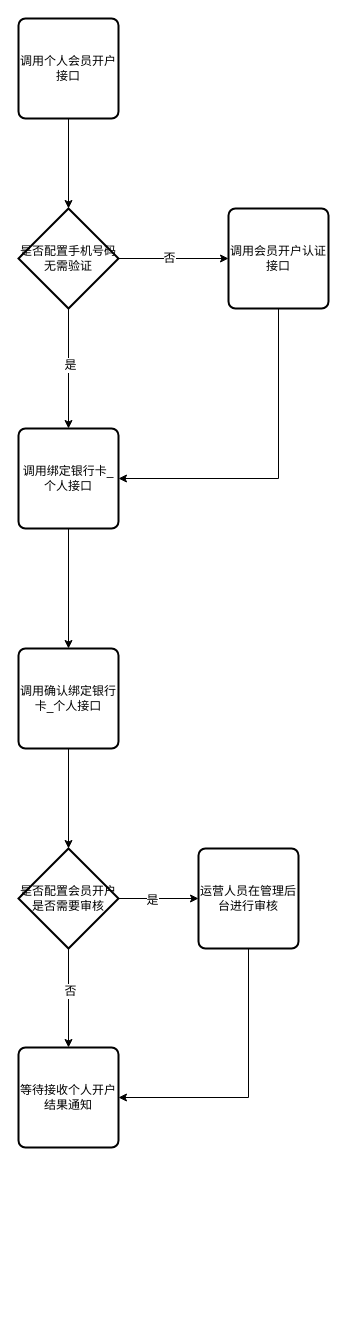
This is page "个人会员" (1 of 2) of 商户资料-开户流程.drawio from waterStone528/job-lakala, a draw.io file, before an edit. Source tidied: cells renumbered, new cells numbered last; positions are measured from the earlier drawing's top-left corner, leaving out a move shared by most shapes. Both pictures are drawn from the tidied source at 100%, with x=0, y=0 at pixel (18, 18).
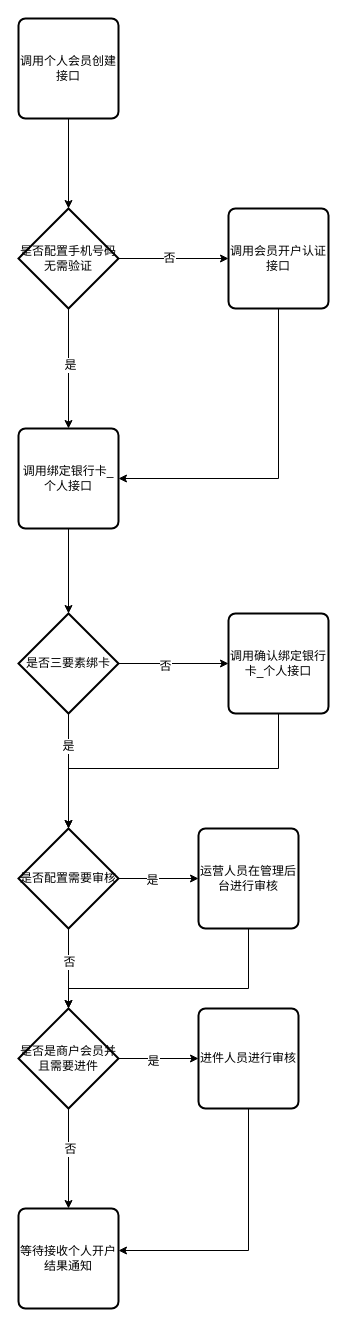
The same page after the edit.

Unchanged cells that the change refers to:
```xml
<mxCell id="12" value="调用绑定银行卡_个人接口" style="rounded=1;whiteSpace=wrap;html=1;absoluteArcSize=1;arcSize=14;strokeWidth=2;" parent="1" vertex="1">
  <mxGeometry y="410" width="100" height="100" as="geometry" />
</mxCell>
```

The edit, as a diff of the source:
```diff
@@
-    <mxCell id="3" value="调用个人会员开户接口" style="rounded=1;whiteSpace=wrap;html=1;absoluteArcSize=1;arcSize=14;strokeWidth=2;" parent="1" vertex="1">
+    <mxCell id="3" value="调用个人会员创建接口" style="rounded=1;whiteSpace=wrap;html=1;absoluteArcSize=1;arcSize=14;strokeWidth=2;" parent="1" vertex="1">
       <mxGeometry width="100" height="100" as="geometry" />
     </mxCell>
@@
-    <mxCell id="11" style="edgeStyle=orthogonalEdgeStyle;rounded=0;jettySize=auto;html=1;entryX=0.5;entryY=0;entryDx=0;entryDy=0;" parent="1" edge="1" source="12" target="14">
-      <mxGeometry relative="1" as="geometry" />
-    </mxCell>
+    <mxCell id="23" style="edgeStyle=orthogonalEdgeStyle;rounded=0;jettySize=auto;html=1;entryX=0.5;entryY=0;entryDx=0;entryDy=0;entryPerimeter=0;" parent="1" edge="1" source="12" target="38">
+      <mxGeometry relative="1" as="geometry" />
+    </mxCell>
@@
     <mxCell id="13" style="edgeStyle=orthogonalEdgeStyle;rounded=0;jettySize=auto;html=1;" parent="1" edge="1" source="14" target="19">
-      <mxGeometry relative="1" as="geometry" />
+      <mxGeometry relative="1" as="geometry">
+        <Array as="points">
+          <mxPoint x="260" y="750" />
+          <mxPoint x="50" y="750" />
+        </Array>
+      </mxGeometry>
     </mxCell>
     <mxCell id="14" value="调用确认绑定银行卡_个人接口" style="rounded=1;whiteSpace=wrap;html=1;absoluteArcSize=1;arcSize=14;strokeWidth=2;" parent="1" vertex="1">
-      <mxGeometry y="630" width="100" height="100" as="geometry" />
+      <mxGeometry x="210" y="595" width="100" height="100" as="geometry" />
     </mxCell>
     <mxCell id="15" style="edgeStyle=orthogonalEdgeStyle;rounded=0;jettySize=auto;html=1;" parent="1" edge="1" source="19">
       <mxGeometry relative="1" as="geometry">
-        <mxPoint x="180" y="880" as="targetPoint" />
+        <mxPoint x="180" y="860" as="targetPoint" />
       </mxGeometry>
     </mxCell>
@@
-    <mxCell id="17" style="edgeStyle=orthogonalEdgeStyle;rounded=0;jettySize=auto;html=1;" parent="1" edge="1" source="19" target="22">
-      <mxGeometry relative="1" as="geometry" />
-    </mxCell>
-    <mxCell id="18" value="否" style="text;html=1;align=center;verticalAlign=middle;labelBackgroundColor=#ffffff;" parent="17" vertex="1">
-      <mxGeometry x="-0.15" y="1" relative="1" as="geometry" />
-    </mxCell>
+    <mxCell id="24" style="edgeStyle=orthogonalEdgeStyle;rounded=0;jettySize=auto;html=1;" parent="1" edge="1" source="19" target="30">
+      <mxGeometry relative="1" as="geometry" />
+    </mxCell>
+    <mxCell id="25" value="否" style="text;html=1;align=center;verticalAlign=middle;labelBackgroundColor=#ffffff;" parent="24" vertex="1">
+      <mxGeometry x="-0.17" relative="1" as="geometry" />
+    </mxCell>
-    <mxCell id="19" value="是否配置会员开户是否需要审核" style="strokeWidth=2;html=1;shape=mxgraph.flowchart.decision;whiteSpace=wrap;" parent="1" vertex="1">
-      <mxGeometry y="830" width="100" height="100" as="geometry" />
+    <mxCell id="19" value="是否配置需要审核" style="strokeWidth=2;html=1;shape=mxgraph.flowchart.decision;whiteSpace=wrap;" parent="1" vertex="1">
+      <mxGeometry y="810" width="100" height="100" as="geometry" />
     </mxCell>
-    <mxCell id="20" style="edgeStyle=orthogonalEdgeStyle;rounded=0;jettySize=auto;html=1;entryX=1;entryY=0.5;entryDx=0;entryDy=0;" parent="1" edge="1" source="21" target="22">
-      <mxGeometry relative="1" as="geometry">
-        <Array as="points">
-          <mxPoint x="230" y="1079" />
-        </Array>
-      </mxGeometry>
-    </mxCell>
+    <mxCell id="26" style="edgeStyle=orthogonalEdgeStyle;rounded=0;jettySize=auto;html=1;" parent="1" edge="1" source="30" target="33">
+      <mxGeometry relative="1" as="geometry" />
+    </mxCell>
+    <mxCell id="27" value="是" style="text;html=1;align=center;verticalAlign=middle;labelBackgroundColor=#ffffff;" parent="26" vertex="1">
+      <mxGeometry x="-0.15" y="-2" relative="1" as="geometry" />
+    </mxCell>
+    <mxCell id="28" style="edgeStyle=orthogonalEdgeStyle;rounded=0;jettySize=auto;html=1;entryX=0.5;entryY=0;entryDx=0;entryDy=0;" parent="1" edge="1" source="30" target="22">
+      <mxGeometry relative="1" as="geometry" />
+    </mxCell>
+    <mxCell id="29" value="否" style="text;html=1;align=center;verticalAlign=middle;labelBackgroundColor=#ffffff;" parent="28" vertex="1">
+      <mxGeometry x="-0.2" y="1" relative="1" as="geometry" />
+    </mxCell>
+    <mxCell id="30" value="是否是商户会员并且需要进件" style="strokeWidth=2;html=1;shape=mxgraph.flowchart.decision;whiteSpace=wrap;" parent="1" vertex="1">
+      <mxGeometry y="990" width="100" height="100" as="geometry" />
+    </mxCell>
+    <mxCell id="31" style="edgeStyle=orthogonalEdgeStyle;rounded=0;jettySize=auto;html=1;entryX=0.5;entryY=0;entryDx=0;entryDy=0;entryPerimeter=0;" parent="1" edge="1" source="21" target="30">
+      <mxGeometry relative="1" as="geometry">
+        <Array as="points">
+          <mxPoint x="230" y="970" />
+          <mxPoint x="50" y="970" />
+        </Array>
+      </mxGeometry>
+    </mxCell>
     <mxCell id="21" value="运营人员在管理后台进行审核" style="rounded=1;whiteSpace=wrap;html=1;absoluteArcSize=1;arcSize=14;strokeWidth=2;" parent="1" vertex="1">
-      <mxGeometry x="180" y="830" width="100" height="100" as="geometry" />
+      <mxGeometry x="180" y="810" width="100" height="100" as="geometry" />
     </mxCell>
     <mxCell id="22" value="等待接收个人开户结果通知" style="rounded=1;whiteSpace=wrap;html=1;absoluteArcSize=1;arcSize=14;strokeWidth=2;" parent="1" vertex="1">
-      <mxGeometry y="1029" width="100" height="100" as="geometry" />
+      <mxGeometry y="1190" width="100" height="100" as="geometry" />
     </mxCell>
+    <mxCell id="32" style="edgeStyle=orthogonalEdgeStyle;rounded=0;jettySize=auto;html=1;entryX=1;entryY=0.42;entryDx=0;entryDy=0;entryPerimeter=0;" parent="1" edge="1" source="33" target="22">
+      <mxGeometry relative="1" as="geometry">
+        <Array as="points">
+          <mxPoint x="230" y="1232" />
+        </Array>
+      </mxGeometry>
+    </mxCell>
+    <mxCell id="33" value="进件人员进行审核" style="rounded=1;whiteSpace=wrap;html=1;absoluteArcSize=1;arcSize=14;strokeWidth=2;" parent="1" vertex="1">
+      <mxGeometry x="180" y="990" width="100" height="100" as="geometry" />
+    </mxCell>
+    <mxCell id="34" style="edgeStyle=orthogonalEdgeStyle;rounded=0;jettySize=auto;html=1;entryX=0;entryY=0.5;entryDx=0;entryDy=0;" parent="1" edge="1" source="38" target="14">
+      <mxGeometry relative="1" as="geometry" />
+    </mxCell>
+    <mxCell id="35" value="否" style="text;html=1;align=center;verticalAlign=middle;labelBackgroundColor=#ffffff;" parent="34" vertex="1">
+      <mxGeometry x="-0.16" y="-2" relative="1" as="geometry" />
+    </mxCell>
+    <mxCell id="36" style="edgeStyle=orthogonalEdgeStyle;rounded=0;jettySize=auto;html=1;entryX=0.5;entryY=0;entryDx=0;entryDy=0;entryPerimeter=0;" parent="1" edge="1" source="38" target="19">
+      <mxGeometry relative="1" as="geometry" />
+    </mxCell>
+    <mxCell id="37" value="是" style="text;html=1;align=center;verticalAlign=middle;labelBackgroundColor=#ffffff;" parent="36" vertex="1">
+      <mxGeometry x="-0.44" y="-1" relative="1" as="geometry" />
+    </mxCell>
+    <mxCell id="38" value="是否三要素绑卡" style="strokeWidth=2;html=1;shape=mxgraph.flowchart.decision;whiteSpace=wrap;" parent="1" vertex="1">
+      <mxGeometry y="595" width="100" height="100" as="geometry" />
+    </mxCell>
```
